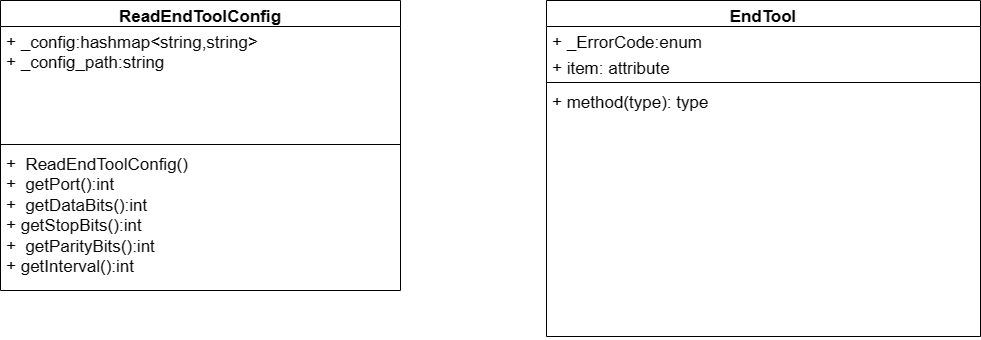
Durpe/Drawio keeps this draw.io diagram as 理疗头类图.drawio.png. Above is the earlier version. Source tidied: cells renumbered, new cells last; positions are measured from the earlier drawing's top-left corner, leaving out a move shared by most shapes.
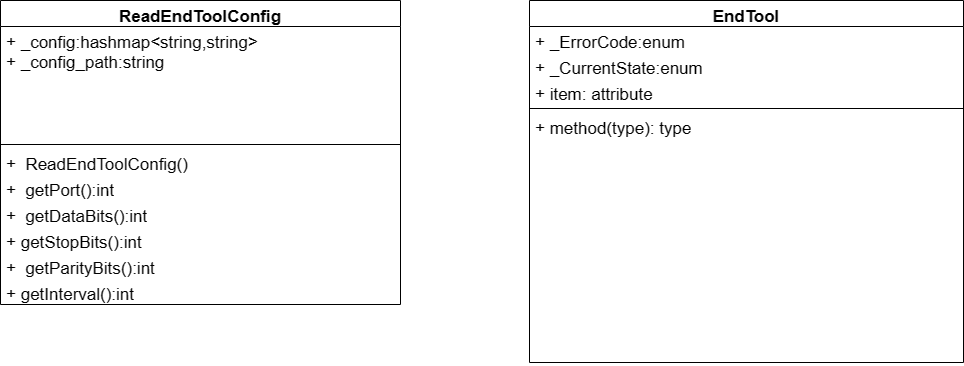
After the change.

Commit message:
更新理疗头类图.drawio.png

What changed in the source:
```diff
@@ -3,7 +3,7 @@
     <mxCell id="0" />
     <mxCell id="1" parent="0" />
     <mxCell id="2" value="ReadEndToolConfig" style="swimlane;fontStyle=1;align=center;verticalAlign=top;horizontal=1;startSize=26;whiteSpace=wrap;html=1;fontSize=17;" parent="1" vertex="1">
-      <mxGeometry width="400" height="290" as="geometry" />
+      <mxGeometry width="400" height="304" as="geometry" />
     </mxCell>
     <mxCell id="3" value="+&lt;span style=&quot;white-space: pre; font-size: 17px;&quot;&gt; &lt;/span&gt;_config:hashmap&amp;lt;string,string&amp;gt;&lt;br style=&quot;font-size: 17px;&quot;&gt;+&lt;span style=&quot;white-space: pre; font-size: 17px;&quot;&gt; &lt;/span&gt;_config_path:string" style="text;strokeColor=none;fillColor=none;align=left;verticalAlign=top;spacingLeft=4;spacingRight=4;overflow=hidden;whiteSpace=wrap;html=1;fontSize=17;" parent="2" vertex="1">
       <mxGeometry y="26" width="400" height="114" as="geometry" />
@@ -11,23 +11,41 @@
     <mxCell id="4" style="line;strokeWidth=1;fillColor=none;align=left;verticalAlign=middle;spacingTop=-1;spacingLeft=3;spacingRight=3;labelPosition=right;strokeColor=inherit;fontSize=17;" parent="2" vertex="1">
       <mxGeometry y="140" width="400" height="8" as="geometry" />
     </mxCell>
-    <mxCell id="5" value="+ &lt;span style=&quot;white-space: pre;&quot;&gt; &lt;/span&gt;ReadEndToolConfig()&lt;br&gt;+&lt;span style=&quot;&quot;&gt; &lt;span style=&quot;white-space: pre;&quot;&gt; &lt;/span&gt;&lt;/span&gt;getPort():int&lt;br&gt;+&lt;span style=&quot;&quot;&gt; &lt;span style=&quot;white-space: pre;&quot;&gt; &lt;/span&gt;&lt;/span&gt;getDataBits():int&lt;br&gt;+&lt;span style=&quot;white-space: pre;&quot;&gt; &lt;/span&gt;getStopBits():int&lt;br&gt;+&amp;nbsp;&lt;span style=&quot;white-space: pre;&quot;&gt; &lt;/span&gt;getParityBits():int&lt;br&gt;+&lt;span style=&quot;white-space: pre;&quot;&gt; &lt;/span&gt;getInterval():int" style="text;strokeColor=none;fillColor=none;align=left;verticalAlign=top;spacingLeft=4;spacingRight=4;overflow=hidden;whiteSpace=wrap;html=1;fontSize=17;" parent="2" vertex="1">
-      <mxGeometry y="148" width="400" height="142" as="geometry" />
+    <mxCell id="5" value="+ &lt;span style=&quot;white-space: pre; font-size: 17px;&quot;&gt; &lt;/span&gt;ReadEndToolConfig()&lt;br style=&quot;font-size: 17px;&quot;&gt;&lt;br style=&quot;font-size: 17px;&quot;&gt;&lt;br style=&quot;font-size: 17px;&quot;&gt;&lt;br style=&quot;font-size: 17px;&quot;&gt;&lt;br style=&quot;font-size: 17px;&quot;&gt;" style="text;strokeColor=none;fillColor=none;align=left;verticalAlign=top;spacingLeft=4;spacingRight=4;overflow=hidden;whiteSpace=wrap;html=1;fontSize=17;" parent="2" vertex="1">
+      <mxGeometry y="148" width="400" height="26" as="geometry" />
     </mxCell>
+    <mxCell id="11" value="+&lt;span style=&quot;border-color: var(--border-color); font-size: 17px;&quot;&gt;&amp;nbsp;&lt;span style=&quot;border-color: var(--border-color); font-size: 17px;&quot;&gt; &lt;/span&gt;&lt;/span&gt;&lt;span style=&quot;font-size: 17px;&quot;&gt;getPort():int&lt;/span&gt;" style="text;strokeColor=none;fillColor=none;align=left;verticalAlign=top;spacingLeft=4;spacingRight=4;overflow=hidden;whiteSpace=wrap;html=1;fontSize=17;" parent="2" vertex="1">
+      <mxGeometry y="174" width="400" height="26" as="geometry" />
+    </mxCell>
+    <mxCell id="12" value="+&lt;span style=&quot;border-color: var(--border-color); font-size: 17px;&quot;&gt;&amp;nbsp;&lt;span style=&quot;border-color: var(--border-color); font-size: 17px;&quot;&gt; &lt;/span&gt;&lt;/span&gt;&lt;span style=&quot;font-size: 17px;&quot;&gt;getDataBits():int&lt;/span&gt;" style="text;strokeColor=none;fillColor=none;align=left;verticalAlign=top;spacingLeft=4;spacingRight=4;overflow=hidden;whiteSpace=wrap;html=1;fontSize=17;" parent="2" vertex="1">
+      <mxGeometry y="200" width="400" height="26" as="geometry" />
+    </mxCell>
+    <mxCell id="13" value="+&lt;span style=&quot;border-color: var(--border-color); font-size: 17px;&quot;&gt; &lt;/span&gt;&lt;span style=&quot;font-size: 17px;&quot;&gt;getStopBits():int&lt;/span&gt;" style="text;strokeColor=none;fillColor=none;align=left;verticalAlign=top;spacingLeft=4;spacingRight=4;overflow=hidden;whiteSpace=wrap;html=1;fontSize=17;" parent="2" vertex="1">
+      <mxGeometry y="226" width="400" height="26" as="geometry" />
+    </mxCell>
+    <mxCell id="14" value="+&amp;nbsp;&lt;span style=&quot;border-color: var(--border-color); font-size: 17px;&quot;&gt; &lt;/span&gt;&lt;span style=&quot;font-size: 17px;&quot;&gt;getParityBits():int&lt;/span&gt;" style="text;strokeColor=none;fillColor=none;align=left;verticalAlign=top;spacingLeft=4;spacingRight=4;overflow=hidden;whiteSpace=wrap;html=1;fontSize=17;" parent="2" vertex="1">
+      <mxGeometry y="252" width="400" height="26" as="geometry" />
+    </mxCell>
+    <mxCell id="15" value="+&lt;span style=&quot;border-color: var(--border-color); font-size: 17px;&quot;&gt; &lt;/span&gt;&lt;span style=&quot;font-size: 17px;&quot;&gt;getInterval():int&lt;/span&gt;" style="text;strokeColor=none;fillColor=none;align=left;verticalAlign=top;spacingLeft=4;spacingRight=4;overflow=hidden;whiteSpace=wrap;html=1;fontSize=17;" parent="2" vertex="1">
+      <mxGeometry y="278" width="400" height="26" as="geometry" />
+    </mxCell>
     <mxCell id="6" value="EndTool" style="swimlane;fontStyle=1;align=center;verticalAlign=top;horizontal=1;startSize=26;whiteSpace=wrap;html=1;fontSize=17;" parent="1" vertex="1">
-      <mxGeometry x="546" width="434" height="336" as="geometry" />
+      <mxGeometry x="529" width="434" height="362" as="geometry" />
     </mxCell>
     <mxCell id="7" value="+&lt;span style=&quot;white-space: pre;&quot;&gt; &lt;/span&gt;_ErrorCode:enum" style="text;strokeColor=none;fillColor=none;align=left;verticalAlign=top;spacingLeft=4;spacingRight=4;overflow=hidden;whiteSpace=wrap;html=1;fontSize=17;" parent="6" vertex="1">
       <mxGeometry y="26" width="434" height="26" as="geometry" />
     </mxCell>
-    <mxCell id="8" value="+ item: attribute" style="text;strokeColor=none;fillColor=none;align=left;verticalAlign=top;spacingLeft=4;spacingRight=4;overflow=hidden;whiteSpace=wrap;html=1;fontSize=17;" parent="6" vertex="1">
+    <mxCell id="8" value="+ _CurrentState:enum" style="text;strokeColor=none;fillColor=none;align=left;verticalAlign=top;spacingLeft=4;spacingRight=4;overflow=hidden;whiteSpace=wrap;html=1;fontSize=17;" parent="6" vertex="1">
       <mxGeometry y="52" width="434" height="26" as="geometry" />
     </mxCell>
+    <mxCell id="16" value="+ item: attribute" style="text;strokeColor=none;fillColor=none;align=left;verticalAlign=top;spacingLeft=4;spacingRight=4;overflow=hidden;whiteSpace=wrap;html=1;fontSize=17;" parent="6" vertex="1">
+      <mxGeometry y="78" width="434" height="26" as="geometry" />
+    </mxCell>
     <mxCell id="9" style="line;strokeWidth=1;fillColor=none;align=left;verticalAlign=middle;spacingTop=-1;spacingLeft=3;spacingRight=3;labelPosition=right;strokeColor=inherit;fontSize=17;" parent="6" vertex="1">
-      <mxGeometry y="78" width="434" height="8" as="geometry" />
+      <mxGeometry y="104" width="434" height="8" as="geometry" />
     </mxCell>
     <mxCell id="10" value="+ method(type): type" style="text;strokeColor=none;fillColor=none;align=left;verticalAlign=top;spacingLeft=4;spacingRight=4;overflow=hidden;whiteSpace=wrap;html=1;fontSize=17;" parent="6" vertex="1">
-      <mxGeometry y="86" width="434" height="250" as="geometry" />
+      <mxGeometry y="112" width="434" height="250" as="geometry" />
     </mxCell>
   </root>
 </mxGraphModel>
```
